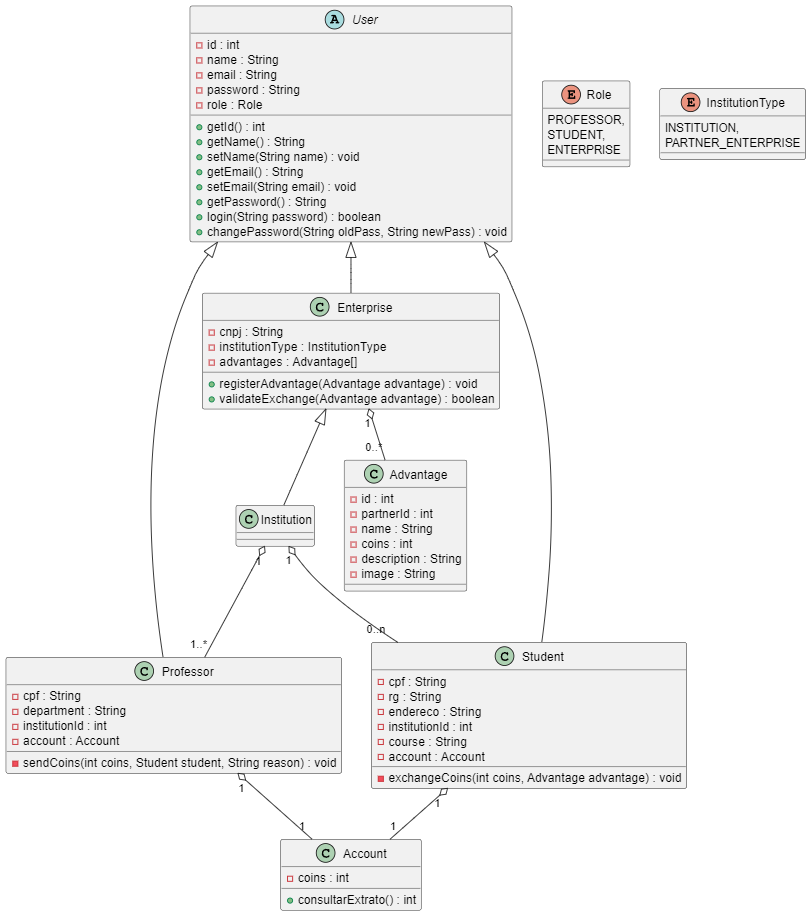
migueltico2/laboratorio-de-desenvolvimento-de-software keeps this PlantUML diagram as projeto 3/project/classDiagram.png. Above is the earlier version. Its source is kept beside it as projeto 3/project/classDiagram.plantuml. The source it was exported from:
```plantuml
@startuml

abstract class User {
    -id : int
    -name : String
    -email : String
    -password : String
    -role : Role
    +getId() : int
    +getName() : String
    +setName(String name) : void
    +getEmail() : String
    +setEmail(String email) : void
    +getPassword() : String
    +login(String password) : boolean
    +changePassword(String oldPass, String newPass) : void
}

enum Role {
    PROFESSOR,
    STUDENT,
    ENTERPRISE
}

class Professor {
    -cpf : String
    -department : String
    -institutionId : int
    -account : Account
    -sendCoins(int coins, Student student, String reason) : void
}

class Student {
    -cpf : String
    -rg : String
    -endereco : String
    -institutionId : int
    -course : String
    -account : Account
    -exchangeCoins(int coins, Advantage advantage) : void
}

class Account {
    -coins : int
    +consultarExtrato() : int
}

class Advantage {
    -id : int
    -partnerId : int
    -name : String
    -coins : int
    -description : String
    -image : String
}

class Enterprise {
    -cnpj : String
    -institutionType : InstitutionType
    -advantages : Advantage[]
    +registerAdvantage(Advantage advantage) : void
    +validateExchange(Advantage advantage) : boolean
}

enum InstitutionType {
    INSTITUTION,
    PARTNER_ENTERPRISE
}

class Institution {
}

User <|-- Professor
User <|-- Student
User <|-- Enterprise

Enterprise <|-- Institution

Professor "1" o-- "1" Account
Student "1" o-- "1" Account
Enterprise "1" o-- "0..*" Advantage
Institution "1" o-- "1..*" Professor
Institution "1" o--  "0..n" Student

@enduml
```
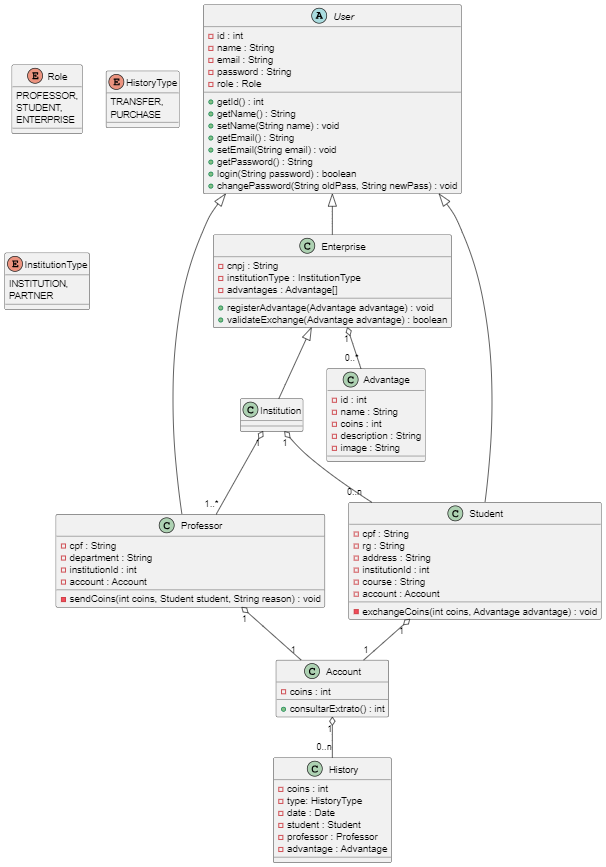
Above is the later version.

Change to the diagram source:
```diff
@@ -33,7 +33,7 @@
 class Student {
     -cpf : String
     -rg : String
-    -endereco : String
+    -address : String
     -institutionId : int
     -course : String
     -account : Account
@@ -45,9 +45,22 @@
     +consultarExtrato() : int
 }
 
+class History {
+    -coins : int
+    -type: HistoryType
+    -date : Date
+    -student : Student
+    -professor : Professor
+    -advantage : Advantage
+}
+
+enum HistoryType {
+    TRANSFER,
+    PURCHASE
+}
+
 class Advantage {
     -id : int
-    -partnerId : int
     -name : String
     -coins : int
     -description : String
@@ -64,7 +77,7 @@
 
 enum InstitutionType {
     INSTITUTION,
-    PARTNER_ENTERPRISE
+    PARTNER
 }
 
 class Institution {
@@ -81,5 +94,6 @@
 Enterprise "1" o-- "0..*" Advantage
 Institution "1" o-- "1..*" Professor
 Institution "1" o--  "0..n" Student
+Account "1" o--  "0..n" History
 
 @enduml
```
